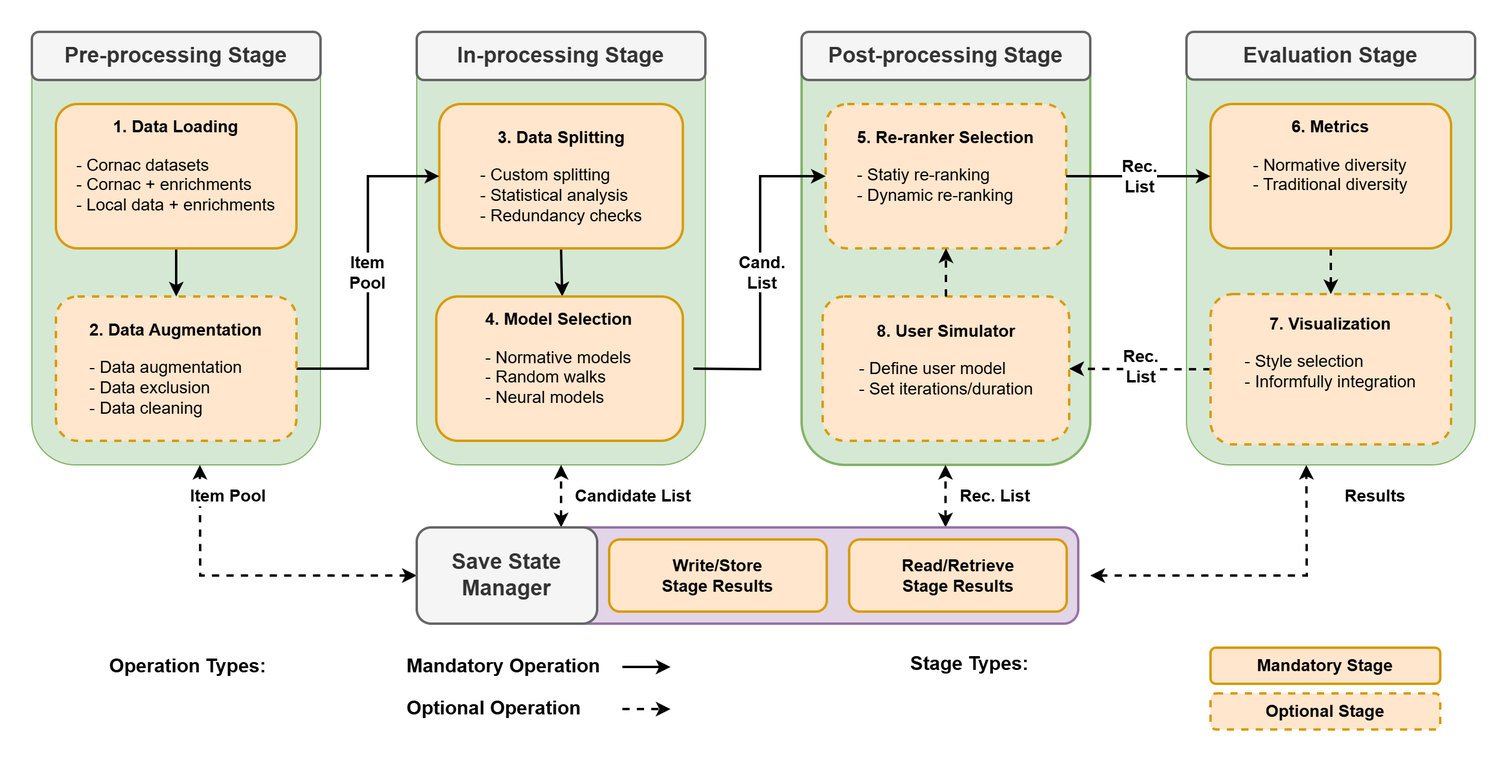
This is docs/source/img/extension_overview.png from Informfully/Documentation, a draw.io export, as it was before one commit. Source tidied: cells renumbered, new cells last; positions are measured from the earlier drawing's top-left corner, leaving out a move shared by most shapes.
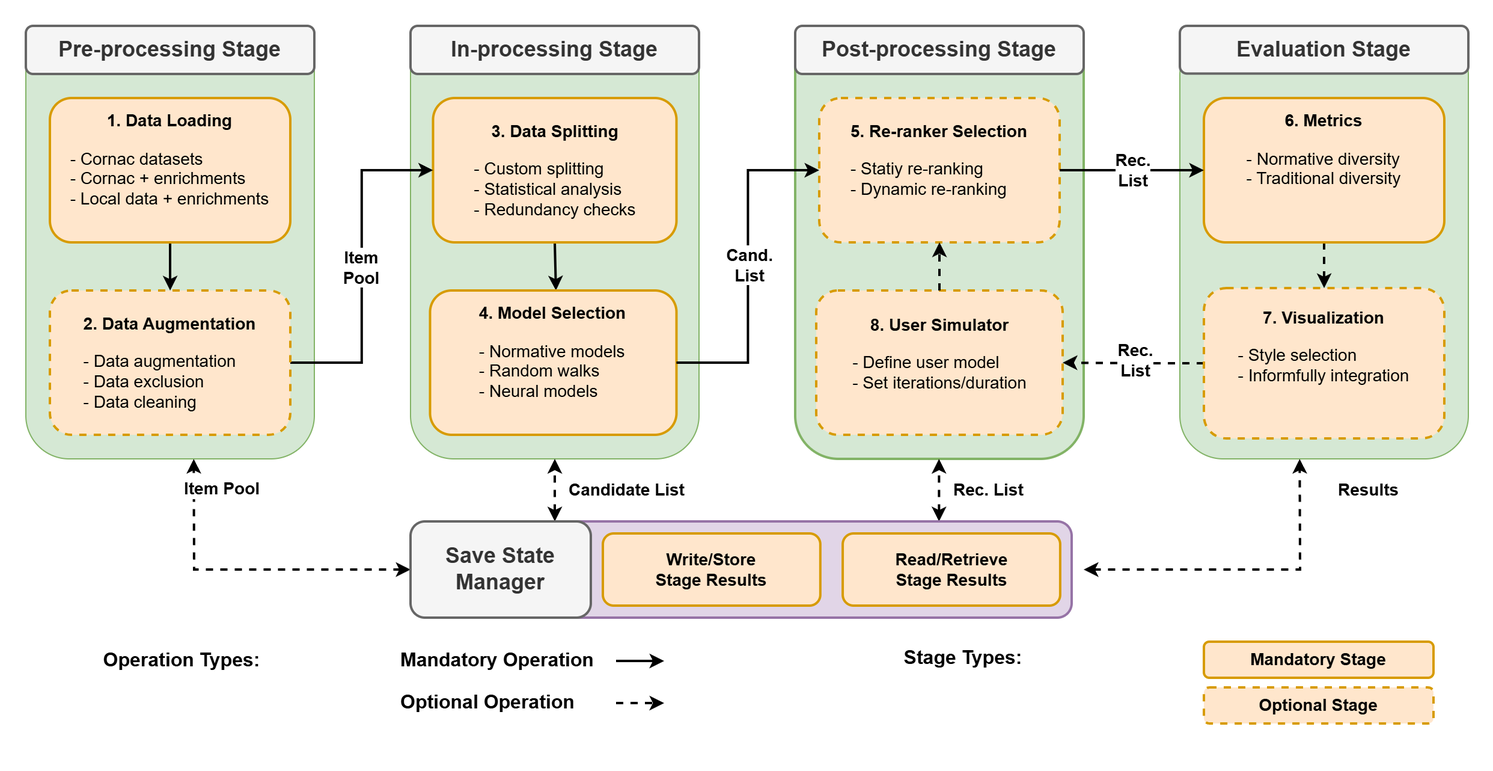
After the commit.

The edit, as a diff of the source:
```diff
@@ -93,10 +93,8 @@
     <mxCell id="29" value="Rec.&lt;br&gt;List" style="edgeLabel;html=1;align=center;verticalAlign=middle;fontSize=14;fontStyle=1;" parent="28" vertex="1">
       <mxGeometry y="1" relative="1" as="geometry" />
     </mxCell>
-    <mxCell id="30" style="edgeStyle=orthogonalEdgeStyle;rounded=0;jettySize=auto;html=1;exitX=1;exitY=0.5;exitDx=0;exitDy=0;entryX=0;entryY=0.5;entryDx=0;entryDy=0;strokeWidth=2;" parent="1" edge="1" target="23">
-      <mxGeometry relative="1" as="geometry">
-        <mxPoint x="550" y="280" as="sourcePoint" />
-      </mxGeometry>
+    <mxCell id="30" style="edgeStyle=orthogonalEdgeStyle;rounded=0;jettySize=auto;html=1;exitX=1;exitY=0.5;exitDx=0;exitDy=0;entryX=0;entryY=0.5;entryDx=0;entryDy=0;strokeWidth=2;" parent="1" edge="1" source="17" target="23">
+      <mxGeometry relative="1" as="geometry" />
     </mxCell>
     <mxCell id="31" value="&lt;div&gt;Cand.&lt;br&gt;List&lt;/div&gt;" style="edgeLabel;html=1;align=center;verticalAlign=middle;fontSize=14;fontStyle=1;" parent="30" vertex="1">
       <mxGeometry x="0.03" relative="1" as="geometry">
```
